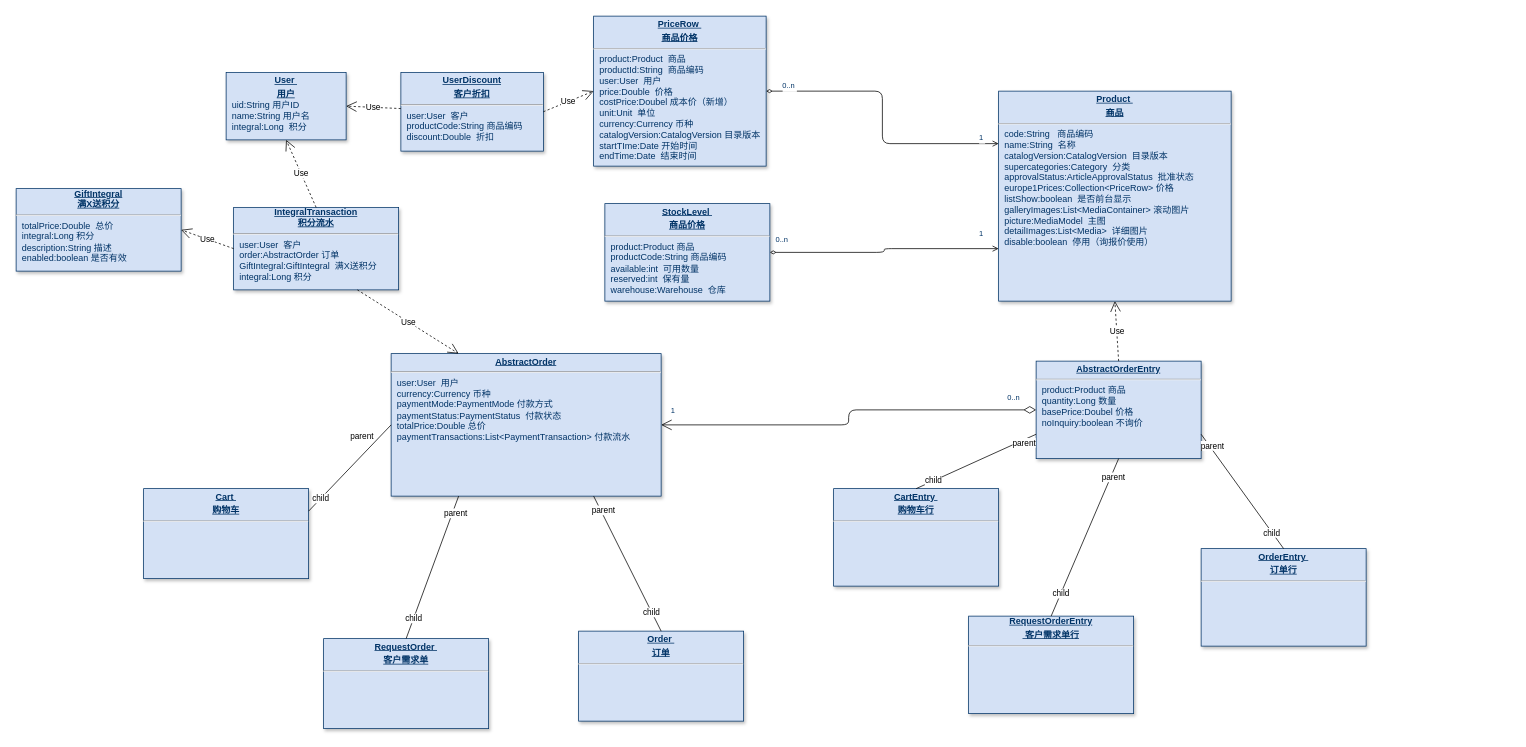
This is 前台下单Model.drawio from rockywade/draw, a draw.io file, before an edit. Source tidied: cells renumbered, new cells numbered last; positions are measured from the earlier drawing's top-left corner, leaving out a move shared by most shapes. Both pictures are drawn from the tidied source at 75%, with x=0, y=0 at pixel (16, 16).
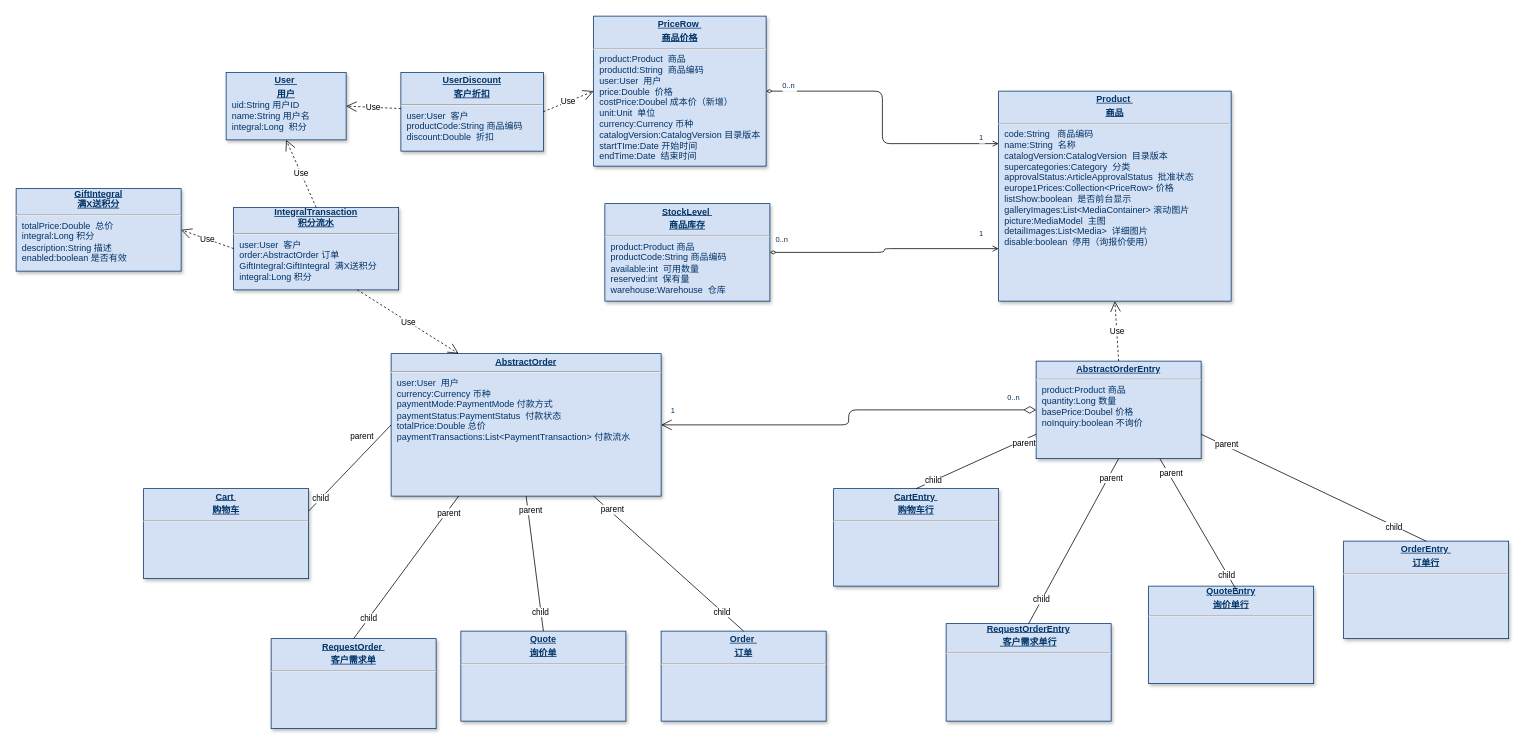
Above is the later version.

Unchanged cells that the change refers to:
```xml
<mxCell id="17" value="&lt;p style=&quot;margin: 0px ; margin-top: 4px ; text-align: center ; text-decoration: underline&quot;&gt;&lt;b&gt;AbstractOrder&lt;/b&gt;&lt;/p&gt;&lt;hr&gt;&lt;p style=&quot;margin: 0px ; margin-left: 8px&quot;&gt;user:User&amp;nbsp; 用户&lt;/p&gt;&lt;p style=&quot;margin: 0px ; margin-left: 8px&quot;&gt;currency:Currency 币种&lt;br&gt;&lt;/p&gt;&lt;p style=&quot;margin: 0px ; margin-left: 8px&quot;&gt;paymentMode:PaymentMode 付款方式&lt;br&gt;&lt;/p&gt;&lt;p style=&quot;margin: 0px ; margin-left: 8px&quot;&gt;paymentStatus:PaymentStatus&amp;nbsp; 付款状态&lt;br&gt;&lt;/p&gt;&lt;p style=&quot;margin: 0px ; margin-left: 8px&quot;&gt;totalPrice:Double 总价&lt;br&gt;&lt;/p&gt;&lt;p style=&quot;margin: 0px ; margin-left: 8px&quot;&gt;paymentTransactions:List&amp;lt;PaymentTransaction&amp;gt; 付款流水&lt;br&gt;&lt;/p&gt;" style="verticalAlign=top;align=left;overflow=fill;fontSize=12;fontFamily=Helvetica;html=1;strokeColor=#003366;shadow=1;fillColor=#D4E1F5;fontColor=#003366;" parent="1" vertex="1">
  <mxGeometry x="500" y="450" width="360" height="190" as="geometry" />
</mxCell>
<mxCell id="18" value="&lt;p style=&quot;margin: 0px ; margin-top: 4px ; text-align: center ; text-decoration: underline&quot;&gt;&lt;b&gt;AbstractOrderEntry&lt;/b&gt;&lt;/p&gt;&lt;hr&gt;&lt;p style=&quot;margin: 0px ; margin-left: 8px&quot;&gt;product:Product 商品&lt;br&gt;&lt;/p&gt;&lt;p style=&quot;margin: 0px ; margin-left: 8px&quot;&gt;quantity:Long 数量&lt;/p&gt;&lt;p style=&quot;margin: 0px ; margin-left: 8px&quot;&gt;basePrice:Doubel 价格&lt;/p&gt;&lt;p style=&quot;margin: 0px ; margin-left: 8px&quot;&gt;noInquiry:boolean 不询价&lt;br&gt;&lt;/p&gt;" style="verticalAlign=top;align=left;overflow=fill;fontSize=12;fontFamily=Helvetica;html=1;strokeColor=#003366;shadow=1;fillColor=#D4E1F5;fontColor=#003366;" parent="1" vertex="1">
  <mxGeometry x="1360" y="460" width="220" height="130" as="geometry" />
</mxCell>
```

Change to the diagram source:
```diff
@@
-    <mxCell id="4" value="&lt;p style=&quot;margin: 0px ; margin-top: 4px ; text-align: center ; text-decoration: underline&quot;&gt;&lt;b&gt;StockLevel&amp;nbsp;&lt;/b&gt;&lt;/p&gt;&lt;p style=&quot;margin: 0px ; margin-top: 4px ; text-align: center ; text-decoration: underline&quot;&gt;&lt;b&gt;商品价格&lt;/b&gt;&lt;/p&gt;&lt;hr&gt;&lt;p style=&quot;margin: 0px ; margin-left: 8px&quot;&gt;product:Product 商品&lt;br&gt;&lt;/p&gt;&lt;p style=&quot;margin: 0px ; margin-left: 8px&quot;&gt;productCode:String 商品编码&lt;/p&gt;&lt;p style=&quot;margin: 0px ; margin-left: 8px&quot;&gt;available:int&amp;nbsp; 可用数量&lt;br&gt;&lt;/p&gt;&lt;p style=&quot;margin: 0px ; margin-left: 8px&quot;&gt;reserved:int&amp;nbsp; 保有量&lt;br&gt;&lt;/p&gt;&lt;p style=&quot;margin: 0px ; margin-left: 8px&quot;&gt;warehouse:Warehouse&amp;nbsp; 仓库&lt;br&gt;&lt;/p&gt;" style="verticalAlign=top;align=left;overflow=fill;fontSize=12;fontFamily=Helvetica;html=1;strokeColor=#003366;shadow=1;fillColor=#D4E1F5;fontColor=#003366;" parent="1" vertex="1">
+    <mxCell id="4" value="&lt;p style=&quot;margin: 0px ; margin-top: 4px ; text-align: center ; text-decoration: underline&quot;&gt;&lt;b&gt;StockLevel&amp;nbsp;&lt;/b&gt;&lt;/p&gt;&lt;p style=&quot;margin: 0px ; margin-top: 4px ; text-align: center ; text-decoration: underline&quot;&gt;&lt;b&gt;商品库存&lt;/b&gt;&lt;/p&gt;&lt;hr&gt;&lt;p style=&quot;margin: 0px ; margin-left: 8px&quot;&gt;product:Product 商品&lt;br&gt;&lt;/p&gt;&lt;p style=&quot;margin: 0px ; margin-left: 8px&quot;&gt;productCode:String 商品编码&lt;/p&gt;&lt;p style=&quot;margin: 0px ; margin-left: 8px&quot;&gt;available:int&amp;nbsp; 可用数量&lt;br&gt;&lt;/p&gt;&lt;p style=&quot;margin: 0px ; margin-left: 8px&quot;&gt;reserved:int&amp;nbsp; 保有量&lt;br&gt;&lt;/p&gt;&lt;p style=&quot;margin: 0px ; margin-left: 8px&quot;&gt;warehouse:Warehouse&amp;nbsp; 仓库&lt;br&gt;&lt;/p&gt;" style="verticalAlign=top;align=left;overflow=fill;fontSize=12;fontFamily=Helvetica;html=1;strokeColor=#003366;shadow=1;fillColor=#D4E1F5;fontColor=#003366;" parent="1" vertex="1">
       <mxGeometry x="785" y="250" width="220" height="130" as="geometry" />
     </mxCell>
@@
     <mxCell id="12" value="&lt;p style=&quot;margin: 0px ; margin-top: 4px ; text-align: center ; text-decoration: underline&quot;&gt;&lt;b&gt;Order&amp;nbsp;&lt;/b&gt;&lt;/p&gt;&lt;p style=&quot;margin: 0px ; margin-top: 4px ; text-align: center ; text-decoration: underline&quot;&gt;&lt;b&gt;订单&lt;/b&gt;&lt;/p&gt;&lt;hr&gt;&lt;p style=&quot;margin: 0px ; margin-left: 8px&quot;&gt;&lt;br&gt;&lt;/p&gt;" style="verticalAlign=top;align=left;overflow=fill;fontSize=12;fontFamily=Helvetica;html=1;strokeColor=#003366;shadow=1;fillColor=#D4E1F5;fontColor=#003366;" parent="1" vertex="1">
-      <mxGeometry x="750" y="820" width="220" height="120" as="geometry" />
+      <mxGeometry x="860" y="820" width="220" height="120" as="geometry" />
     </mxCell>
     <mxCell id="13" value="&lt;p style=&quot;margin: 0px ; margin-top: 4px ; text-align: center ; text-decoration: underline&quot;&gt;&lt;b&gt;OrderEntry&amp;nbsp;&lt;/b&gt;&lt;/p&gt;&lt;p style=&quot;margin: 0px ; margin-top: 4px ; text-align: center ; text-decoration: underline&quot;&gt;&lt;b&gt;订单行&lt;/b&gt;&lt;/p&gt;&lt;hr&gt;&lt;p style=&quot;margin: 0px ; margin-left: 8px&quot;&gt;&lt;br&gt;&lt;/p&gt;" style="verticalAlign=top;align=left;overflow=fill;fontSize=12;fontFamily=Helvetica;html=1;strokeColor=#003366;shadow=1;fillColor=#D4E1F5;fontColor=#003366;" parent="1" vertex="1">
-      <mxGeometry x="1580" y="710" width="220" height="130" as="geometry" />
+      <mxGeometry x="1770" y="700" width="220" height="130" as="geometry" />
     </mxCell>
@@
     <mxCell id="22" value="&lt;p style=&quot;margin: 0px ; margin-top: 4px ; text-align: center ; text-decoration: underline&quot;&gt;&lt;b&gt;RequestOrder&amp;nbsp;&lt;/b&gt;&lt;/p&gt;&lt;p style=&quot;margin: 0px ; margin-top: 4px ; text-align: center ; text-decoration: underline&quot;&gt;&lt;b&gt;客户需求单&lt;/b&gt;&lt;/p&gt;&lt;hr&gt;&lt;p style=&quot;margin: 0px ; margin-left: 8px&quot;&gt;&lt;br&gt;&lt;/p&gt;" style="verticalAlign=top;align=left;overflow=fill;fontSize=12;fontFamily=Helvetica;html=1;strokeColor=#003366;shadow=1;fillColor=#D4E1F5;fontColor=#003366;" parent="1" vertex="1">
-      <mxGeometry x="410" y="830" width="220" height="120" as="geometry" />
+      <mxGeometry x="340" y="830" width="220" height="120" as="geometry" />
     </mxCell>
@@
     <mxCell id="29" value="&lt;div style=&quot;text-align: center&quot;&gt;&lt;span&gt;&lt;b&gt;&lt;u&gt;RequestOrderEntry&lt;/u&gt;&lt;/b&gt;&lt;/span&gt;&lt;/div&gt;&lt;p style=&quot;margin: 0px ; margin-top: 4px ; text-align: center ; text-decoration: underline&quot;&gt;&lt;b&gt;&amp;nbsp;客户需求单行&lt;/b&gt;&lt;/p&gt;&lt;hr&gt;&lt;p style=&quot;margin: 0px ; margin-left: 8px&quot;&gt;&lt;br&gt;&lt;/p&gt;" style="verticalAlign=top;align=left;overflow=fill;fontSize=12;fontFamily=Helvetica;html=1;strokeColor=#003366;shadow=1;fillColor=#D4E1F5;fontColor=#003366;" parent="1" vertex="1">
-      <mxGeometry x="1270" y="800" width="220" height="130" as="geometry" />
+      <mxGeometry x="1240" y="810" width="220" height="130" as="geometry" />
     </mxCell>
@@
+    <mxCell id="50" value="&lt;p style=&quot;margin: 0px ; margin-top: 4px ; text-align: center ; text-decoration: underline&quot;&gt;&lt;b&gt;Quote&lt;/b&gt;&lt;/p&gt;&lt;p style=&quot;margin: 0px ; margin-top: 4px ; text-align: center ; text-decoration: underline&quot;&gt;&lt;b&gt;询价单&lt;/b&gt;&lt;/p&gt;&lt;hr&gt;&lt;p style=&quot;margin: 0px ; margin-left: 8px&quot;&gt;&lt;br&gt;&lt;/p&gt;" style="verticalAlign=top;align=left;overflow=fill;fontSize=12;fontFamily=Helvetica;html=1;strokeColor=#003366;shadow=1;fillColor=#D4E1F5;fontColor=#003366;" parent="1" vertex="1">
+      <mxGeometry x="593" y="820" width="220" height="120" as="geometry" />
+    </mxCell>
+    <mxCell id="51" style="endArrow=none;html=1;rounded=1;exitX=0.5;exitY=0;exitDx=0;exitDy=0;entryX=0.5;entryY=1;entryDx=0;entryDy=0;" parent="1" edge="1" source="50" target="17">
+      <mxGeometry relative="1" as="geometry" />
+    </mxCell>
+    <mxCell id="52" value="child" style="edgeLabel;html=1;align=center;verticalAlign=middle;" parent="51" vertex="1">
+      <mxGeometry x="-0.71" y="1" relative="1" as="geometry" />
+    </mxCell>
+    <mxCell id="53" value="parent" style="edgeLabel;html=1;align=center;verticalAlign=middle;" parent="51" vertex="1">
+      <mxGeometry x="0.78" y="-3" relative="1" as="geometry" />
+    </mxCell>
+    <mxCell id="54" value="&lt;div style=&quot;text-align: center&quot;&gt;&lt;span&gt;&lt;b&gt;&lt;u&gt;QuoteEntry&lt;/u&gt;&lt;/b&gt;&lt;/span&gt;&lt;/div&gt;&lt;p style=&quot;margin: 0px ; margin-top: 4px ; text-align: center ; text-decoration: underline&quot;&gt;&lt;b&gt;询价单行&lt;/b&gt;&lt;/p&gt;&lt;hr&gt;&lt;p style=&quot;margin: 0px ; margin-left: 8px&quot;&gt;&lt;br&gt;&lt;/p&gt;" style="verticalAlign=top;align=left;overflow=fill;fontSize=12;fontFamily=Helvetica;html=1;strokeColor=#003366;shadow=1;fillColor=#D4E1F5;fontColor=#003366;" parent="1" vertex="1">
+      <mxGeometry x="1510" y="760" width="220" height="130" as="geometry" />
+    </mxCell>
+    <mxCell id="55" style="endArrow=none;html=1;rounded=1;exitX=0.545;exitY=0.077;exitDx=0;exitDy=0;entryX=0.75;entryY=1;entryDx=0;entryDy=0;exitPerimeter=0;" parent="1" edge="1" source="54" target="18">
+      <mxGeometry relative="1" as="geometry" />
+    </mxCell>
+    <mxCell id="56" value="child" style="edgeLabel;html=1;align=center;verticalAlign=middle;" parent="55" vertex="1">
+      <mxGeometry x="-0.71" y="1" relative="1" as="geometry" />
+    </mxCell>
+    <mxCell id="57" value="parent" style="edgeLabel;html=1;align=center;verticalAlign=middle;" parent="55" vertex="1">
+      <mxGeometry x="0.78" y="-3" relative="1" as="geometry" />
+    </mxCell>
```
